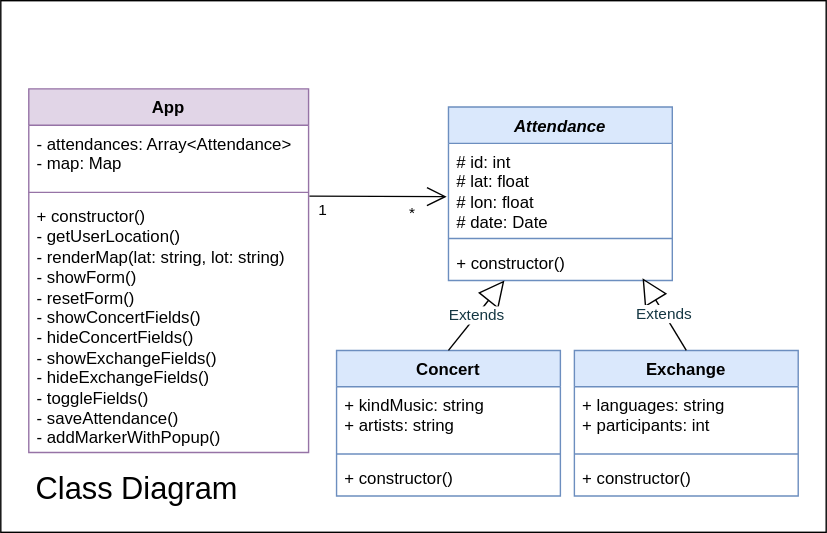
Before: class-diagram.drawio.svg, a diagram exported from draw.io (josenavarrohub/vanilla-js-eventify). Source tidied: cells renumbered, new cells last; positions are measured from the earlier drawing's top-left corner, leaving out a move shared by most shapes.
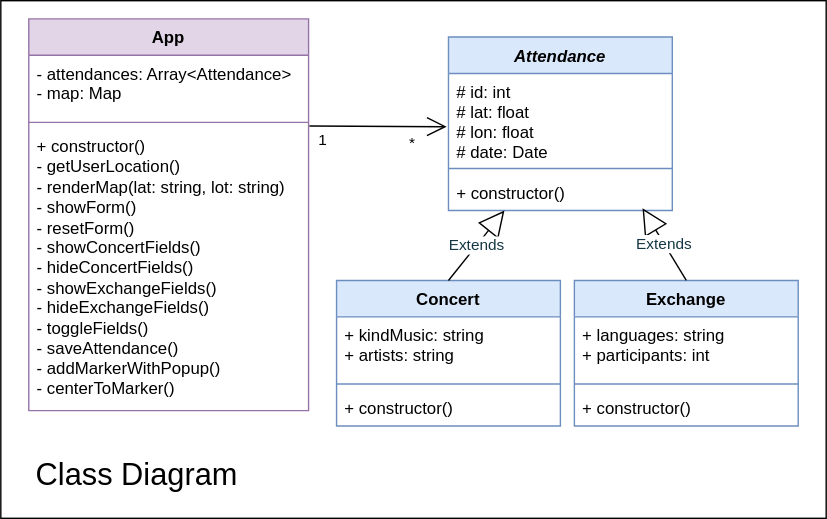
The same file after the commit.

Change to the diagram source:
```diff
@@ -3,10 +3,10 @@
     <mxCell id="0" />
     <mxCell id="1" parent="0" />
     <mxCell id="2" style="rounded=0;whiteSpace=wrap;html=1;fontSize=16;strokeColor=default;" parent="1" vertex="1">
-      <mxGeometry width="590" height="380" as="geometry" />
+      <mxGeometry y="50" width="590" height="370" as="geometry" />
     </mxCell>
     <mxCell id="3" value="Class Diagram" style="text;html=1;strokeColor=none;fillColor=none;align=center;verticalAlign=middle;whiteSpace=wrap;rounded=0;fontSize=22;" parent="1" vertex="1">
-      <mxGeometry x="10" y="330" width="175" height="40" as="geometry" />
+      <mxGeometry x="10" y="370" width="175" height="40" as="geometry" />
     </mxCell>
     <mxCell id="4" value="&lt;i&gt;Attendance&lt;/i&gt;" style="swimlane;fontStyle=1;align=center;verticalAlign=top;horizontal=1;startSize=26;whiteSpace=wrap;html=1;swimlaneLine=1;fillColor=#dae8fc;strokeColor=#6c8ebf;" parent="1" vertex="1">
       <mxGeometry x="320" y="76" width="160" height="124" as="geometry" />
@@ -51,7 +51,7 @@
       <mxGeometry relative="1" as="geometry" />
     </mxCell>
     <mxCell id="18" value="App" style="swimlane;fontStyle=1;align=center;verticalAlign=top;horizontal=1;startSize=26;whiteSpace=wrap;html=1;swimlaneLine=1;fillColor=#e1d5e7;strokeColor=#9673a6;" parent="1" vertex="1">
-      <mxGeometry x="20" y="63" width="200" height="260" as="geometry" />
+      <mxGeometry x="20" y="63" width="200" height="280" as="geometry" />
     </mxCell>
     <mxCell id="19" value="- attendances: Array&amp;lt;Attendance&amp;gt;&lt;br&gt;- map: Map" style="text;strokeColor=none;fillColor=none;align=left;verticalAlign=top;spacingLeft=4;spacingRight=4;overflow=hidden;whiteSpace=wrap;html=1;" parent="18" vertex="1">
       <mxGeometry y="26" width="200" height="44" as="geometry" />
@@ -59,8 +59,8 @@
     <mxCell id="20" style="line;strokeWidth=1;fillColor=none;align=left;verticalAlign=middle;spacingTop=-1;spacingLeft=3;spacingRight=3;labelPosition=right;strokeColor=inherit;" parent="18" vertex="1">
       <mxGeometry y="70" width="200" height="8" as="geometry" />
     </mxCell>
-    <mxCell id="21" value="+ constructor()&lt;br&gt;- getUserLocation()&lt;br&gt;- renderMap(lat: string, lot: string)&lt;br&gt;- showForm()&lt;br&gt;- resetForm()&lt;br&gt;- showConcertFields()&lt;br&gt;- hideConcertFields()&lt;br&gt;- showExchangeFields()&lt;br&gt;- hideExchangeFields()&lt;br&gt;- toggleFields()&lt;br&gt;- saveAttendance()&lt;br&gt;-&amp;nbsp;addMarkerWithPopup()" style="text;strokeColor=none;fillColor=none;align=left;verticalAlign=top;spacingLeft=4;spacingRight=4;overflow=hidden;points=[[0,0.5],[1,0.5]];portConstraint=eastwest;whiteSpace=wrap;html=1;" parent="18" vertex="1">
-      <mxGeometry y="78" width="200" height="182" as="geometry" />
+    <mxCell id="21" value="+ constructor()&lt;br&gt;- getUserLocation()&lt;br&gt;- renderMap(lat: string, lot: string)&lt;br&gt;- showForm()&lt;br&gt;- resetForm()&lt;br&gt;- showConcertFields()&lt;br&gt;- hideConcertFields()&lt;br&gt;- showExchangeFields()&lt;br&gt;- hideExchangeFields()&lt;br&gt;- toggleFields()&lt;br&gt;- saveAttendance()&lt;br&gt;-&amp;nbsp;addMarkerWithPopup()&lt;br&gt;- centerToMarker()" style="text;strokeColor=none;fillColor=none;align=left;verticalAlign=top;spacingLeft=4;spacingRight=4;overflow=hidden;points=[[0,0.5],[1,0.5]];portConstraint=eastwest;whiteSpace=wrap;html=1;" parent="18" vertex="1">
+      <mxGeometry y="78" width="200" height="202" as="geometry" />
     </mxCell>
     <mxCell id="22" style="endArrow=open;endFill=1;endSize=12;html=1;rounded=0;exitX=1.003;exitY=-0.007;exitDx=0;exitDy=0;exitPerimeter=0;entryX=-0.008;entryY=0.595;entryDx=0;entryDy=0;entryPerimeter=0;" parent="1" edge="1" source="21" target="5">
       <mxGeometry relative="1" as="geometry" />
```
